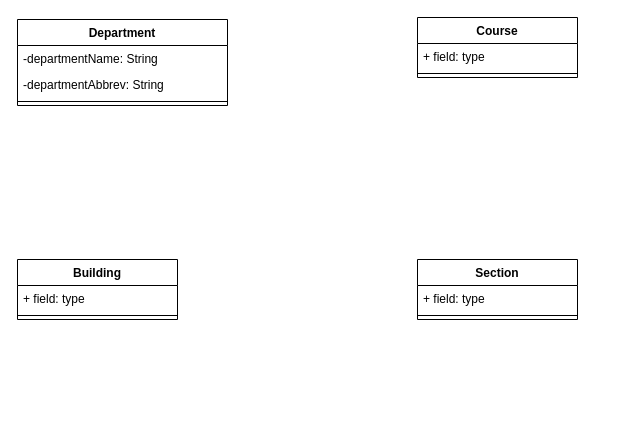
Before: 5. Document-based Implementation HW Cole Hartman.drawio in Cole-Hartman/database-UML, a draw.io diagram. Source tidied: cells renumbered, new cells numbered last; positions are measured from the earlier drawing's top-left corner, leaving out a move shared by most shapes. Both pictures are drawn from the tidied source at 100%, with x=0, y=0 at pixel (17, 17).
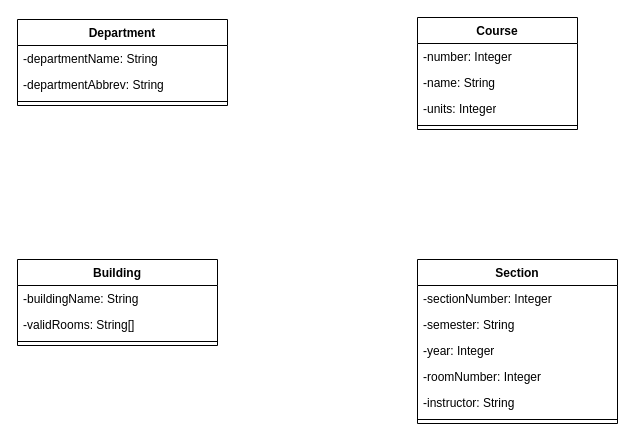
The same diagram, later.

Change to the diagram source:
```diff
@@
     <mxCell id="6" value="Course" style="swimlane;fontStyle=1;align=center;verticalAlign=top;horizontal=1;startSize=26;whiteSpace=wrap;html=1;" parent="1" vertex="1">
-      <mxGeometry x="400" width="160" height="60" as="geometry" />
+      <mxGeometry x="400" width="160" height="112" as="geometry" />
     </mxCell>
-    <mxCell id="7" value="+ field: type" style="text;strokeColor=none;fillColor=none;align=left;verticalAlign=top;spacingLeft=4;spacingRight=4;overflow=hidden;whiteSpace=wrap;html=1;" parent="6" vertex="1">
+    <mxCell id="7" value="-number: Integer" style="text;strokeColor=none;fillColor=none;align=left;verticalAlign=top;spacingLeft=4;spacingRight=4;overflow=hidden;whiteSpace=wrap;html=1;" parent="6" vertex="1">
       <mxGeometry y="26" width="160" height="26" as="geometry" />
     </mxCell>
+    <mxCell id="15" value="-name: String&lt;span style=&quot;white-space: pre;&quot;&gt;&#9;&lt;/span&gt;" style="text;strokeColor=none;fillColor=none;align=left;verticalAlign=top;spacingLeft=4;spacingRight=4;overflow=hidden;whiteSpace=wrap;html=1;" parent="6" vertex="1">
+      <mxGeometry y="52" width="160" height="26" as="geometry" />
+    </mxCell>
+    <mxCell id="16" value="-units: Integer" style="text;strokeColor=none;fillColor=none;align=left;verticalAlign=top;spacingLeft=4;spacingRight=4;overflow=hidden;whiteSpace=wrap;html=1;" parent="6" vertex="1">
+      <mxGeometry y="78" width="160" height="26" as="geometry" />
+    </mxCell>
     <mxCell id="8" style="line;strokeWidth=1;fillColor=none;align=left;verticalAlign=middle;spacingTop=-1;spacingLeft=3;spacingRight=3;labelPosition=right;strokeColor=inherit;" parent="6" vertex="1">
-      <mxGeometry y="52" width="160" height="8" as="geometry" />
+      <mxGeometry y="104" width="160" height="8" as="geometry" />
     </mxCell>
     <mxCell id="9" value="Building" style="swimlane;fontStyle=1;align=center;verticalAlign=top;horizontal=1;startSize=26;whiteSpace=wrap;html=1;" parent="1" vertex="1">
-      <mxGeometry y="242" width="160" height="60" as="geometry" />
+      <mxGeometry y="242" width="200" height="86" as="geometry" />
     </mxCell>
-    <mxCell id="10" value="+ field: type" style="text;strokeColor=none;fillColor=none;align=left;verticalAlign=top;spacingLeft=4;spacingRight=4;overflow=hidden;whiteSpace=wrap;html=1;" parent="9" vertex="1">
-      <mxGeometry y="26" width="160" height="26" as="geometry" />
+    <mxCell id="10" value="-buildingName: String" style="text;strokeColor=none;fillColor=none;align=left;verticalAlign=top;spacingLeft=4;spacingRight=4;overflow=hidden;whiteSpace=wrap;html=1;" parent="9" vertex="1">
+      <mxGeometry y="26" width="200" height="26" as="geometry" />
     </mxCell>
+    <mxCell id="17" value="-validRooms: String[]" style="text;strokeColor=none;fillColor=none;align=left;verticalAlign=top;spacingLeft=4;spacingRight=4;overflow=hidden;whiteSpace=wrap;html=1;" parent="9" vertex="1">
+      <mxGeometry y="52" width="200" height="26" as="geometry" />
+    </mxCell>
     <mxCell id="11" style="line;strokeWidth=1;fillColor=none;align=left;verticalAlign=middle;spacingTop=-1;spacingLeft=3;spacingRight=3;labelPosition=right;strokeColor=inherit;" parent="9" vertex="1">
-      <mxGeometry y="52" width="160" height="8" as="geometry" />
+      <mxGeometry y="78" width="200" height="8" as="geometry" />
     </mxCell>
     <mxCell id="12" value="Section" style="swimlane;fontStyle=1;align=center;verticalAlign=top;horizontal=1;startSize=26;whiteSpace=wrap;html=1;" parent="1" vertex="1">
-      <mxGeometry x="400" y="242" width="160" height="60" as="geometry" />
+      <mxGeometry x="400" y="242" width="200" height="164" as="geometry" />
     </mxCell>
-    <mxCell id="13" value="+ field: type" style="text;strokeColor=none;fillColor=none;align=left;verticalAlign=top;spacingLeft=4;spacingRight=4;overflow=hidden;whiteSpace=wrap;html=1;" parent="12" vertex="1">
-      <mxGeometry y="26" width="160" height="26" as="geometry" />
+    <mxCell id="13" value="-sectionNumber: Integer" style="text;strokeColor=none;fillColor=none;align=left;verticalAlign=top;spacingLeft=4;spacingRight=4;overflow=hidden;whiteSpace=wrap;html=1;" parent="12" vertex="1">
+      <mxGeometry y="26" width="200" height="26" as="geometry" />
     </mxCell>
+    <mxCell id="18" value="-semester: String" style="text;strokeColor=none;fillColor=none;align=left;verticalAlign=top;spacingLeft=4;spacingRight=4;overflow=hidden;whiteSpace=wrap;html=1;" parent="12" vertex="1">
+      <mxGeometry y="52" width="200" height="26" as="geometry" />
+    </mxCell>
+    <mxCell id="19" value="-year: Integer" style="text;strokeColor=none;fillColor=none;align=left;verticalAlign=top;spacingLeft=4;spacingRight=4;overflow=hidden;whiteSpace=wrap;html=1;" parent="12" vertex="1">
+      <mxGeometry y="78" width="200" height="26" as="geometry" />
+    </mxCell>
+    <mxCell id="20" value="-roomNumber: Integer" style="text;strokeColor=none;fillColor=none;align=left;verticalAlign=top;spacingLeft=4;spacingRight=4;overflow=hidden;whiteSpace=wrap;html=1;" parent="12" vertex="1">
+      <mxGeometry y="104" width="200" height="26" as="geometry" />
+    </mxCell>
+    <mxCell id="21" value="-instructor: String" style="text;strokeColor=none;fillColor=none;align=left;verticalAlign=top;spacingLeft=4;spacingRight=4;overflow=hidden;whiteSpace=wrap;html=1;" parent="12" vertex="1">
+      <mxGeometry y="130" width="200" height="26" as="geometry" />
+    </mxCell>
     <mxCell id="14" style="line;strokeWidth=1;fillColor=none;align=left;verticalAlign=middle;spacingTop=-1;spacingLeft=3;spacingRight=3;labelPosition=right;strokeColor=inherit;" parent="12" vertex="1">
-      <mxGeometry y="52" width="160" height="8" as="geometry" />
+      <mxGeometry y="156" width="200" height="8" as="geometry" />
     </mxCell>
```
